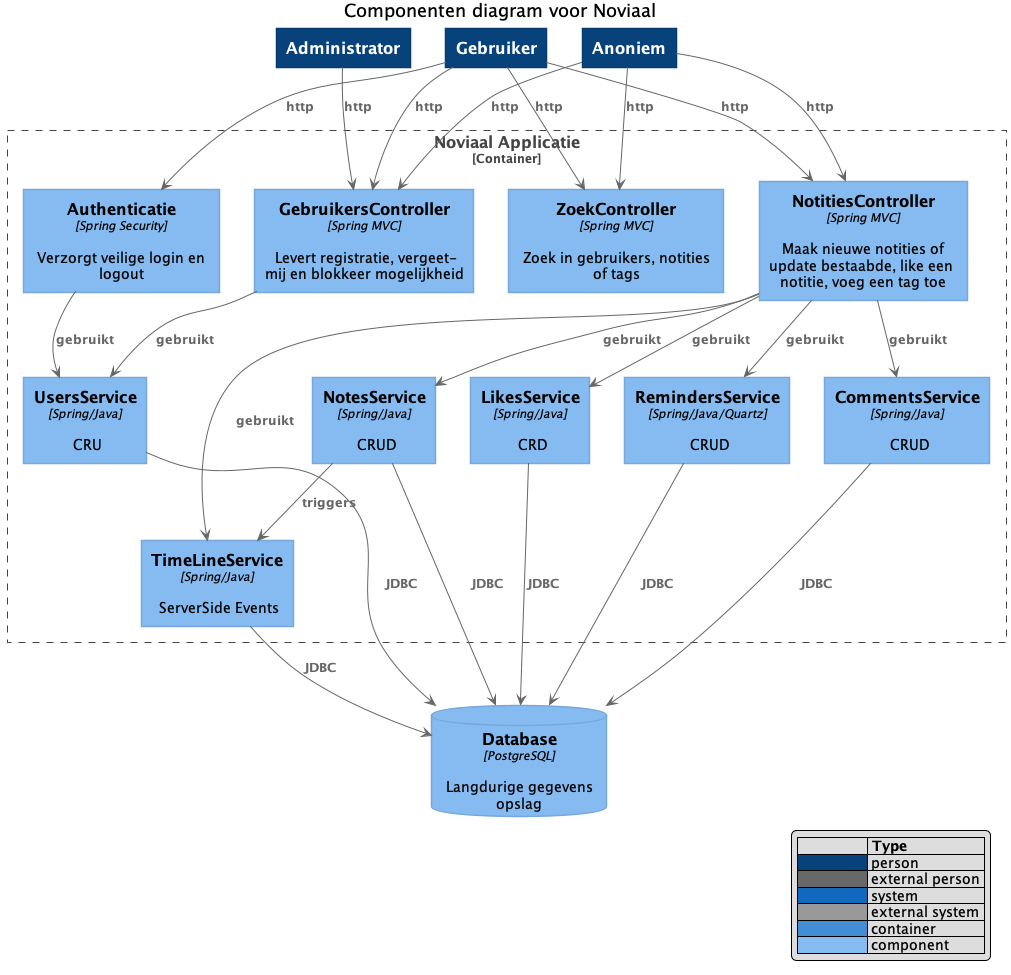
Above: documentatie/TO/c4-component-diagram.png in jvorhauer/noviaal (PlantUML), before the change.
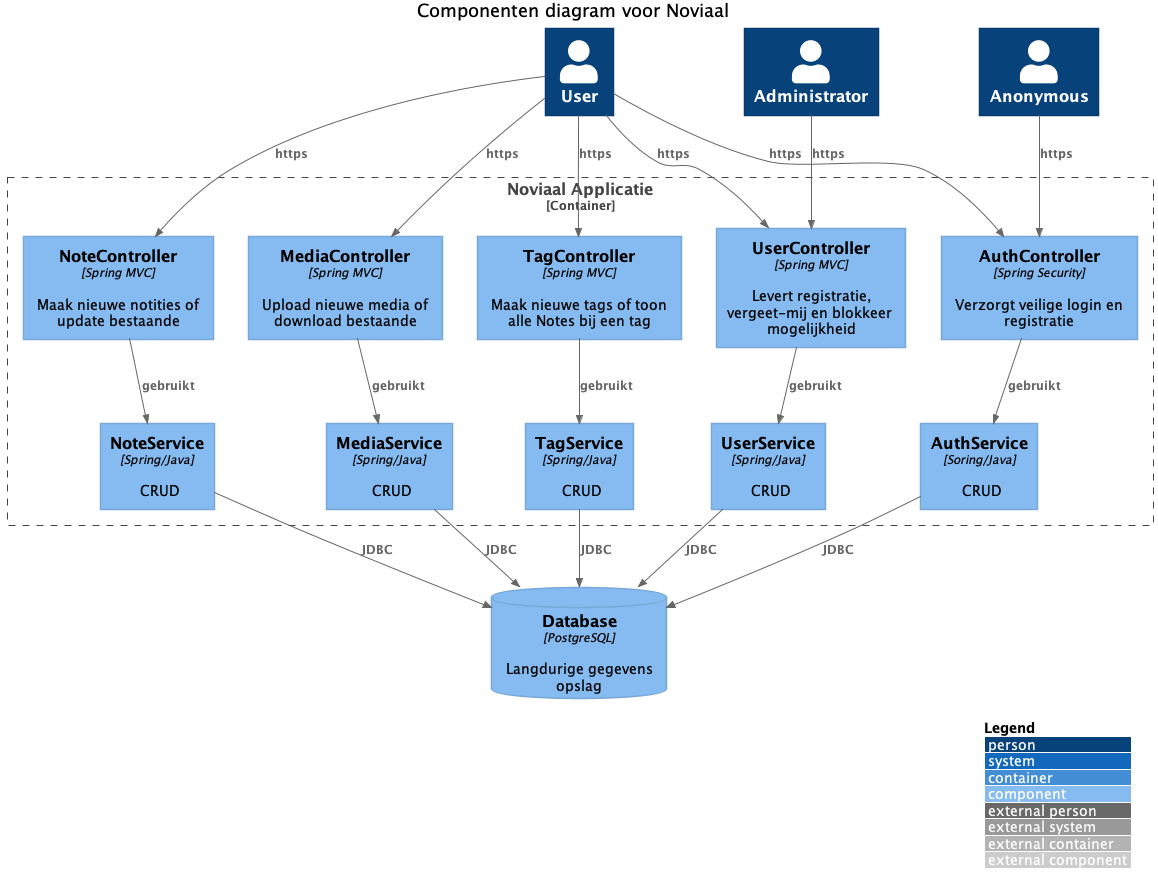
After the commit.

The edit, as a diff of the source:
```diff
@@ -1,55 +1,49 @@
 @startuml
-!includeurl https://raw.githubusercontent.com/RicardoNiepel/C4-PlantUML/master/C4_Component.puml
+!includeurl https://raw.githubusercontent.com/plantuml-stdlib/C4-PlantUML/v2.0.1/C4_Component.puml
 
-LAYOUT_TOP_DOWN
+LAYOUT_TOP_DOWN()
 LAYOUT_WITH_LEGEND()
 
 title Componenten diagram voor Noviaal
 
-Person(person, "Gebruiker")
+Person(person, "User")
 Person(admin, "Administrator")
-Person(reader, "Anoniem")
+Person(reader, "Anonymous")
 
 Container_Boundary(noviaal, "Noviaal Applicatie") {
-  Component(authc, "Authenticatie", "Spring Security", "Verzorgt veilige login en logout")
-  Component(usersc, "GebruikersController", "Spring MVC", "Levert registratie, vergeet-mij en blokkeer mogelijkheid")
-  Component(notesc, "NotitiesController", "Spring MVC", "Maak nieuwe notities of update bestaabde, like een notitie, voeg een tag toe")
-  Component(searchc, "ZoekController", "Spring MVC", "Zoek in gebruikers, notities of tags")
+  Component(authc, "AuthController", "Spring Security", "Verzorgt veilige login en registratie")
+  Component(usersc, "UserController", "Spring MVC", "Levert registratie, vergeet-mij en blokkeer mogelijkheid")
+  Component(notesc, "NoteController", "Spring MVC", "Maak nieuwe notities of update bestaande")
+  Component(mediac, "MediaController", "Spring MVC", "Upload nieuwe media of download bestaande")
+  Component(tagsc, "TagController", "Spring MVC", "Maak nieuwe tags of toon alle Notes bij een tag")
 
-  Component(userss, "UsersService", "Spring/Java", "CRU")
-  Component(notess, "NotesService", "Spring/Java", "CRUD")
-  Component(likess, "LikesService", "Spring/Java", "CRD")
-  Component(reminderss, "RemindersService", "Spring/Java/Quartz", "CRUD")
-  Component(commentss, "CommentsService", "Spring/Java", "CRUD")
+  Component(auths, "AuthService", "Soring/Java", "CRUD")
+  Component(userss, "UserService", "Spring/Java", "CRUD")
+  Component(notess, "NoteService", "Spring/Java", "CRUD")
+  Component(medias, "MediaService", "Spring/Java", "CRUD")
+  Component(tags, "TagService", "Spring/Java", "CRUD")
 
-  Component(timelines, "TimeLineService", "Spring/Java", "ServerSide Events")
-
-  Rel(authc, userss, "gebruikt")
+  Rel(authc, auths, "gebruikt")
   Rel(usersc, userss, "gebruikt")
   Rel(notesc, notess, "gebruikt")
-  Rel(notesc, likess, "gebruikt")
-  Rel(notesc, reminderss, "gebruikt")
-  Rel(notesc, commentss, "gebruikt")
-  Rel(notesc, timelines, "gebruikt")
-  Rel(notess, timelines, "triggers")
+  Rel(mediac, medias, "gebruikt")
+  Rel(tagsc, tags, "gebruikt")
 }
 
 ComponentDb(db, "Database", "PostgreSQL", "Langdurige gegevens opslag")
 
 Rel(notess, db, "JDBC")
 Rel(userss, db, "JDBC")
-Rel(likess, db, "JDBC")
-Rel(reminderss, db, "JDBC")
-Rel(commentss, db, "JDBC")
-Rel(timelines, db, "JDBC")
+Rel(tags, db, "JDBC")
+Rel(medias, db, "JDBC")
+Rel(auths, db, "JDBC")
 
-Rel(person, authc, "http")
-Rel(person, usersc, "http")
-Rel(person, notesc, "http")
-Rel(person, searchc, "http")
-Rel(admin, usersc, "http")
-Rel(reader, usersc, "http")
-Rel(reader, notesc, "http")
-Rel(reader, searchc, "http")
+Rel(person, authc, "https")
+Rel(person, usersc, "https")
+Rel(person, notesc, "https")
+Rel(person, tagsc, "https")
+Rel(person, mediac, "https")
+Rel(admin, usersc, "https")
+Rel(reader, authc, "https")
 
 @enduml
```
